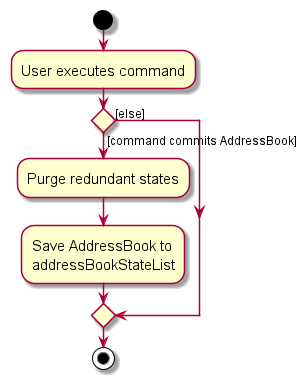
nus-cs2103-AY2425S1/tp keeps this PlantUML diagram as docs/images/CommitActivityDiagram.png. Above is the earlier version.
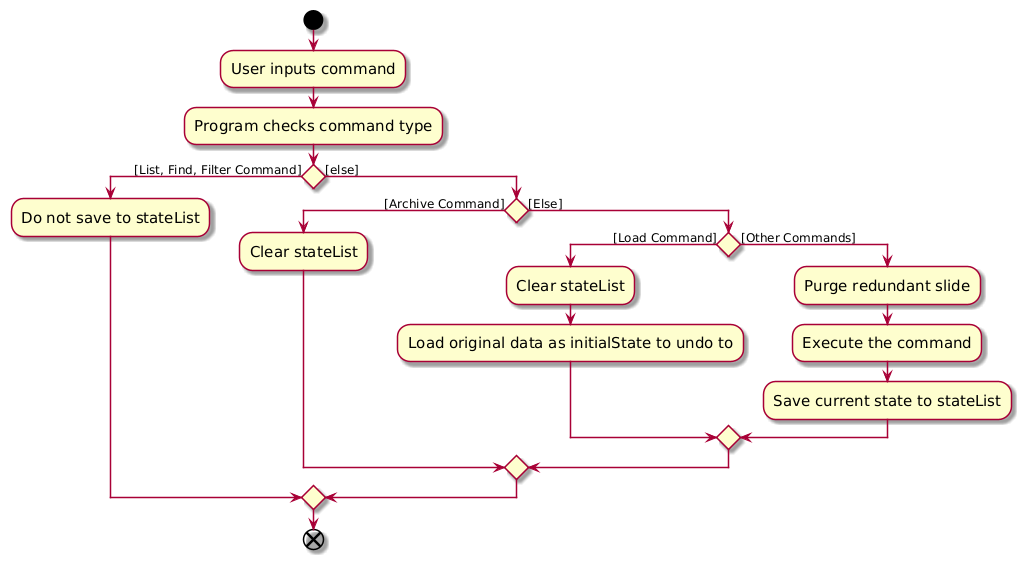
The same diagram one commit later.

The edit, as a diff of the source:
```diff
@@ -3,14 +3,28 @@
 skinparam ActivityFontSize 15
 skinparam ArrowFontSize 12
 start
-:User executes command;
 
+:User inputs command;
 
-if () then ([command commits AddressBook])
-    :Purge redundant states;
-    :Save AddressBook to
-    addressBookStateList;
+:Program checks command type;
+
+if () then ([List, Find, Filter Command])
+
+  :Do not save to stateList;
 else ([else])
+  if () then ([Archive Command])
+    :Clear stateList;
+  else ([Else])
+    if () then ([Load Command])
+      :Clear stateList;
+      :Load original data as initialState to undo to;
+    else ([Other Commands])
+      :Purge redundant slide;
+      :Execute the command;
+      :Save current state to stateList;
+    endif
+  endif
 endif
-stop
+
+end
 @enduml
```
